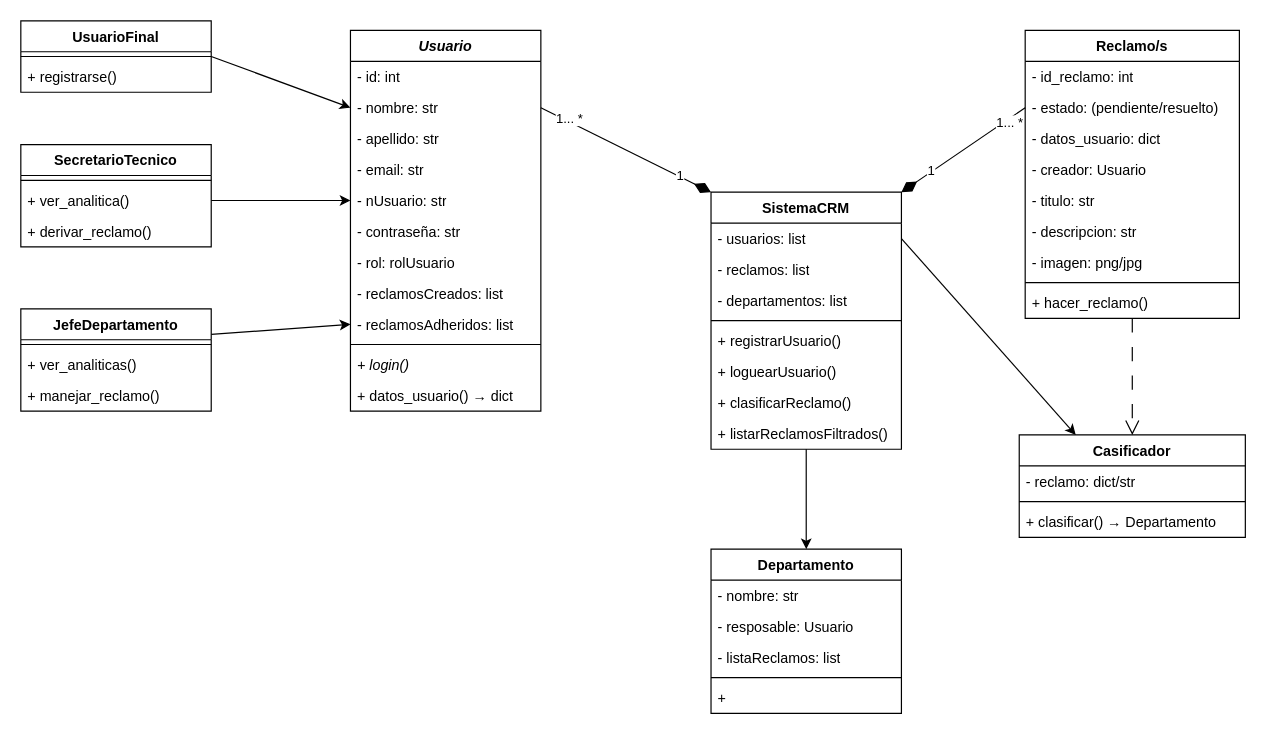
FelipeCarrozzo/prog_avanzada keeps this draw.io diagram as TrabajoPractico_3/docs/diagrama_UML_TP3.drawio. Above is the earlier version. Source tidied: cells renumbered, new cells numbered last; positions are measured from the earlier drawing's top-left corner, leaving out a move shared by most shapes. Both pictures are drawn from the tidied source at 119%, with x=0, y=0 at pixel (20, 20).
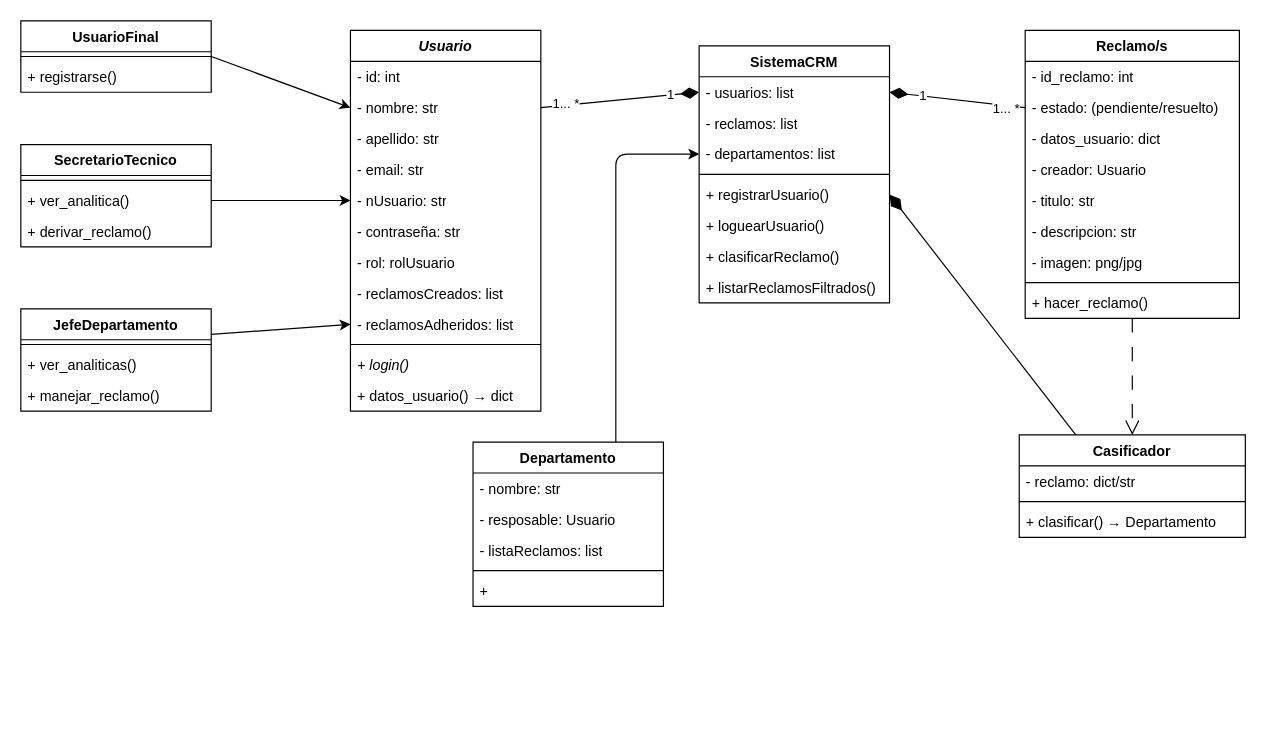
Above is the later version.

Unchanged cells that the change refers to:
```xml
<mxCell id="8" value="- nombre: str" style="text;strokeColor=none;fillColor=none;align=left;verticalAlign=top;spacingLeft=4;spacingRight=4;overflow=hidden;points=[[0,0.5],[1,0.5]];portConstraint=eastwest;whiteSpace=wrap;html=1;" parent="6" vertex="1">
  <mxGeometry y="52" width="160" height="26" as="geometry" />
</mxCell>
<mxCell id="31" value="- estado: (pendiente/resuelto)" style="text;strokeColor=none;fillColor=none;align=left;verticalAlign=top;spacingLeft=4;spacingRight=4;overflow=hidden;points=[[0,0.5],[1,0.5]];portConstraint=eastwest;whiteSpace=wrap;html=1;" parent="29" vertex="1">
  <mxGeometry y="52" width="180" height="26" as="geometry" />
</mxCell>
<mxCell id="39" value="Casificador" style="swimlane;fontStyle=1;align=center;verticalAlign=top;horizontal=1;startSize=26;whiteSpace=wrap;html=1;" parent="1" vertex="1">
  <mxGeometry x="839" y="348" width="190" height="86" as="geometry" />
</mxCell>
<mxCell id="51" value="- usuarios: list" style="text;strokeColor=none;fillColor=none;align=left;verticalAlign=top;spacingLeft=4;spacingRight=4;overflow=hidden;points=[[0,0.5],[1,0.5]];portConstraint=eastwest;whiteSpace=wrap;html=1;" parent="50" vertex="1">
  <mxGeometry y="26" width="160" height="26" as="geometry" />
</mxCell>
<mxCell id="53" value="- departamentos: list" style="text;strokeColor=none;fillColor=none;align=left;verticalAlign=top;spacingLeft=4;spacingRight=4;overflow=hidden;points=[[0,0.5],[1,0.5]];portConstraint=eastwest;whiteSpace=wrap;html=1;" parent="50" vertex="1">
  <mxGeometry y="78" width="160" height="26" as="geometry" />
</mxCell>
<mxCell id="55" value="+ registrarUsuario()" style="text;strokeColor=none;fillColor=none;align=left;verticalAlign=top;spacingLeft=4;spacingRight=4;overflow=hidden;points=[[0,0.5],[1,0.5]];portConstraint=eastwest;whiteSpace=wrap;html=1;" parent="50" vertex="1">
  <mxGeometry y="112" width="160" height="26" as="geometry" />
</mxCell>
```

What changed in the source:
```diff
@@
+    <mxCell id="67" style="edgeStyle=none;html=1;exitX=0.25;exitY=0;exitDx=0;exitDy=0;entryX=1;entryY=0.5;entryDx=0;entryDy=0;endArrow=diamondThin;endFill=1;endSize=14;" parent="1" edge="1" source="39" target="55">
+      <mxGeometry relative="1" as="geometry" />
+    </mxCell>
@@
+    <mxCell id="68" style="edgeStyle=none;html=1;exitX=0.75;exitY=0;exitDx=0;exitDy=0;entryX=0;entryY=0.5;entryDx=0;entryDy=0;" parent="1" edge="1" source="43" target="53">
+      <mxGeometry relative="1" as="geometry">
+        <Array as="points">
+          <mxPoint x="500" y="112" />
+        </Array>
+      </mxGeometry>
+    </mxCell>
     <mxCell id="43" value="Departamento" style="swimlane;fontStyle=1;align=center;verticalAlign=top;horizontal=1;startSize=26;whiteSpace=wrap;html=1;" parent="1" vertex="1">
-      <mxGeometry x="580" y="444" width="160" height="138" as="geometry" />
+      <mxGeometry x="380" y="354" width="160" height="138" as="geometry" />
     </mxCell>
@@
-    <mxCell id="49" style="edgeStyle=none;html=1;exitX=0.5;exitY=1;exitDx=0;exitDy=0;entryX=0.5;entryY=0;entryDx=0;entryDy=0;" parent="1" edge="1" source="50" target="43">
-      <mxGeometry relative="1" as="geometry" />
-    </mxCell>
     <mxCell id="50" value="SistemaCRM" style="swimlane;fontStyle=1;align=center;verticalAlign=top;horizontal=1;startSize=26;whiteSpace=wrap;html=1;" parent="1" vertex="1">
-      <mxGeometry x="580" y="144" width="160" height="216" as="geometry" />
+      <mxGeometry x="570" y="21" width="160" height="216" as="geometry" />
     </mxCell>
@@
-    <mxCell id="59" style="edgeStyle=none;html=1;exitX=1;exitY=0.5;exitDx=0;exitDy=0;entryX=0.25;entryY=0;entryDx=0;entryDy=0;" parent="1" edge="1" source="51" target="39">
-      <mxGeometry relative="1" as="geometry" />
-    </mxCell>
@@
-    <mxCell id="61" style="edgeStyle=none;html=1;exitX=0;exitY=0.5;exitDx=0;exitDy=0;entryX=1;entryY=0;entryDx=0;entryDy=0;endArrow=diamondThin;endFill=1;endSize=13;" parent="1" edge="1" source="31" target="50">
+    <mxCell id="61" style="edgeStyle=none;html=1;exitX=0;exitY=0.5;exitDx=0;exitDy=0;entryX=1;entryY=0.5;entryDx=0;entryDy=0;endArrow=diamondThin;endFill=1;endSize=13;" parent="1" edge="1" source="31" target="51">
       <mxGeometry relative="1" as="geometry" />
     </mxCell>
@@
-    <mxCell id="64" style="edgeStyle=none;html=1;exitX=1;exitY=0.5;exitDx=0;exitDy=0;entryX=0;entryY=0;entryDx=0;entryDy=0;endArrow=diamondThin;endFill=1;endSize=13;" parent="1" edge="1" source="8" target="50">
+    <mxCell id="64" style="edgeStyle=none;html=1;exitX=1;exitY=0.5;exitDx=0;exitDy=0;entryX=0;entryY=0.5;entryDx=0;entryDy=0;endArrow=diamondThin;endFill=1;endSize=13;" parent="1" edge="1" source="8" target="51">
       <mxGeometry relative="1" as="geometry" />
     </mxCell>
```
